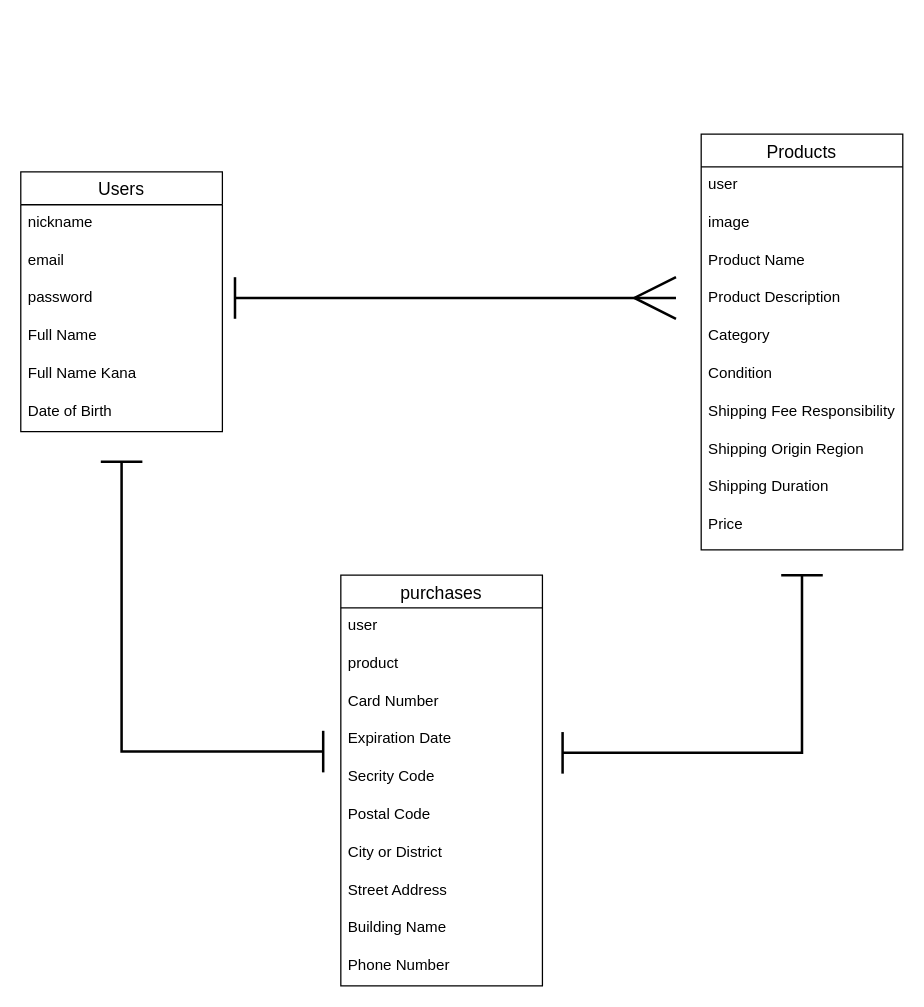
This is database.dio from x434goi8/furima-39835, a draw.io file, before an edit. Source tidied: cells renumbered, new cells numbered last; positions are measured from the earlier drawing's top-left corner, leaving out a move shared by most shapes. Both pictures are drawn from the tidied source at 126%, with x=0, y=0 at pixel (20, 134).
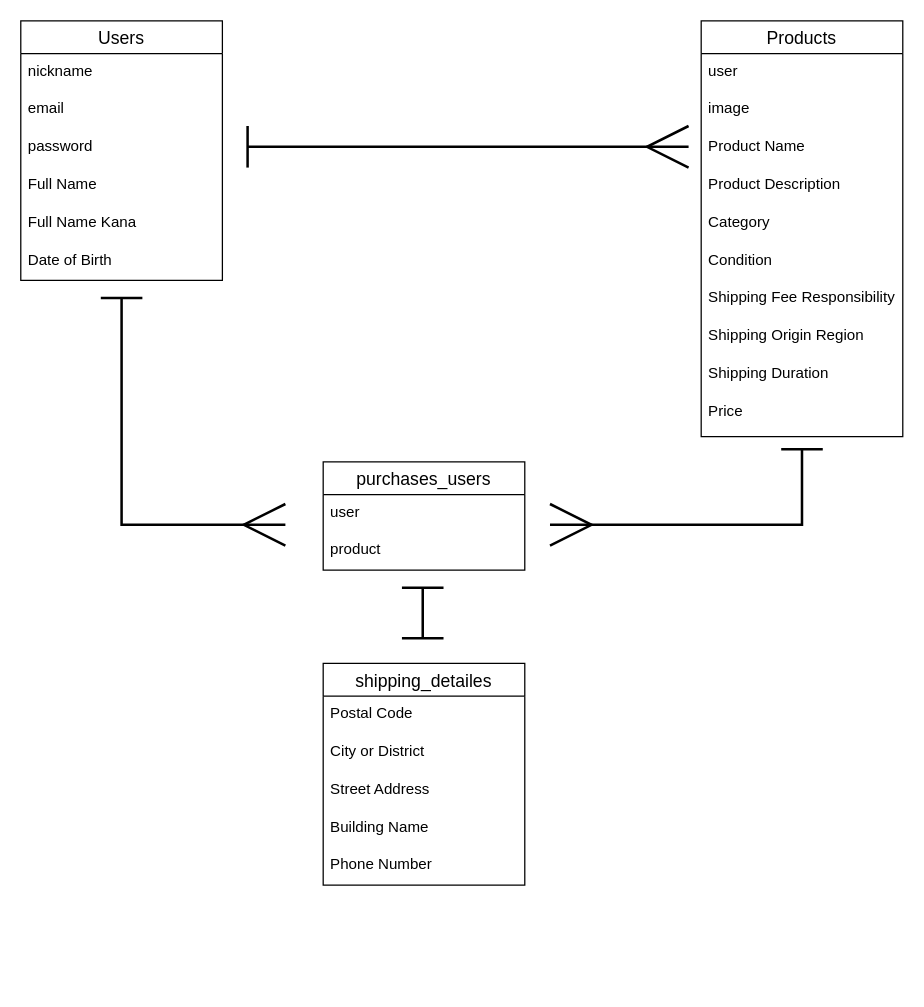
The same diagram, later.

Commit message (it also covers changes not shown here):
データベース設計の修正

What changed in the source:
```diff
@@
     <mxCell id="2" value="Users" style="swimlane;fontStyle=0;horizontal=1;startSize=26;align=center;fontSize=14;" parent="1" vertex="1">
-      <mxGeometry y="30" width="160" height="206" as="geometry" />
+      <mxGeometry y="-90" width="160" height="206" as="geometry" />
     </mxCell>
@@
     <mxCell id="9" value="Products" style="swimlane;fontStyle=0;horizontal=1;startSize=26;align=center;fontSize=14;" parent="1" vertex="1">
-      <mxGeometry x="540" width="160" height="330" as="geometry" />
+      <mxGeometry x="540" y="-90" width="160" height="330" as="geometry" />
     </mxCell>
@@
-    <mxCell id="20" value="purchases" style="swimlane;fontStyle=0;horizontal=1;startSize=26;align=center;fontSize=14;" parent="1" vertex="1">
-      <mxGeometry x="254" y="350" width="160" height="326" as="geometry" />
+    <mxCell id="20" value="shipping_detailes" style="swimlane;fontStyle=0;horizontal=1;startSize=26;align=center;fontSize=14;" parent="1" vertex="1">
+      <mxGeometry x="240" y="420" width="160" height="176" as="geometry" />
     </mxCell>
-    <mxCell id="21" value="user" style="text;strokeColor=none;fillColor=none;spacingLeft=4;spacingRight=4;overflow=hidden;fontSize=12;" parent="20" vertex="1">
-      <mxGeometry y="26" width="160" height="30" as="geometry" />
-    </mxCell>
-    <mxCell id="22" value="product" style="text;strokeColor=none;fillColor=none;spacingLeft=4;spacingRight=4;overflow=hidden;fontSize=12;" parent="20" vertex="1">
-      <mxGeometry y="56" width="160" height="30" as="geometry" />
-    </mxCell>
-    <mxCell id="23" value="Card Number" style="text;strokeColor=none;fillColor=none;spacingLeft=4;spacingRight=4;overflow=hidden;fontSize=12;" parent="20" vertex="1">
-      <mxGeometry y="86" width="160" height="30" as="geometry" />
-    </mxCell>
-    <mxCell id="24" value="Expiration Date" style="text;strokeColor=none;fillColor=none;spacingLeft=4;spacingRight=4;overflow=hidden;fontSize=12;" parent="20" vertex="1">
-      <mxGeometry y="116" width="160" height="30" as="geometry" />
-    </mxCell>
-    <mxCell id="25" value="Secrity Code" style="text;strokeColor=none;fillColor=none;spacingLeft=4;spacingRight=4;overflow=hidden;fontSize=12;" parent="20" vertex="1">
-      <mxGeometry y="146" width="160" height="30" as="geometry" />
-    </mxCell>
     <mxCell id="26" value="Postal Code" style="text;strokeColor=none;fillColor=none;spacingLeft=4;spacingRight=4;overflow=hidden;fontSize=12;" parent="20" vertex="1">
-      <mxGeometry y="176" width="160" height="30" as="geometry" />
+      <mxGeometry y="26" width="160" height="30" as="geometry" />
     </mxCell>
     <mxCell id="27" value="City or District" style="text;strokeColor=none;fillColor=none;spacingLeft=4;spacingRight=4;overflow=hidden;fontSize=12;" parent="20" vertex="1">
-      <mxGeometry y="206" width="160" height="30" as="geometry" />
+      <mxGeometry y="56" width="160" height="30" as="geometry" />
     </mxCell>
     <mxCell id="28" value="Street Address" style="text;strokeColor=none;fillColor=none;spacingLeft=4;spacingRight=4;overflow=hidden;fontSize=12;" parent="20" vertex="1">
-      <mxGeometry y="236" width="160" height="30" as="geometry" />
+      <mxGeometry y="86" width="160" height="30" as="geometry" />
     </mxCell>
     <mxCell id="29" value="Building Name" style="text;strokeColor=none;fillColor=none;spacingLeft=4;spacingRight=4;overflow=hidden;fontSize=12;" parent="20" vertex="1">
-      <mxGeometry y="266" width="160" height="30" as="geometry" />
+      <mxGeometry y="116" width="160" height="30" as="geometry" />
     </mxCell>
     <mxCell id="30" value="Phone Number" style="text;strokeColor=none;fillColor=none;spacingLeft=4;spacingRight=4;overflow=hidden;fontSize=12;" parent="20" vertex="1">
-      <mxGeometry y="296" width="160" height="30" as="geometry" />
+      <mxGeometry y="146" width="160" height="30" as="geometry" />
     </mxCell>
     <mxCell id="31" style="endArrow=ERmany;html=1;rounded=0;startArrow=baseDash;startFill=0;endFill=0;targetPerimeterSpacing=0;strokeWidth=2;endSize=30;startSize=30;" parent="1" edge="1">
       <mxGeometry relative="1" as="geometry">
-        <mxPoint x="170" y="130" as="sourcePoint" />
-        <mxPoint x="520" y="130" as="targetPoint" />
+        <mxPoint x="180" y="10" as="sourcePoint" />
+        <mxPoint x="530" y="10" as="targetPoint" />
       </mxGeometry>
     </mxCell>
-    <mxCell id="32" style="endArrow=baseDash;html=1;rounded=0;strokeWidth=2;startSize=30;endSize=30;targetPerimeterSpacing=0;edgeStyle=orthogonalEdgeStyle;startArrow=baseDash;startFill=0;endFill=0;" parent="1" edge="1">
+    <mxCell id="32" style="endArrow=ERmany;html=1;rounded=0;strokeWidth=2;startSize=30;endSize=30;targetPerimeterSpacing=0;edgeStyle=orthogonalEdgeStyle;startArrow=baseDash;startFill=0;endFill=0;" parent="1" edge="1">
       <mxGeometry relative="1" as="geometry">
-        <mxPoint x="80" y="260" as="sourcePoint" />
-        <mxPoint x="240" y="490" as="targetPoint" />
+        <mxPoint x="80" y="130" as="sourcePoint" />
+        <mxPoint x="210" y="310" as="targetPoint" />
         <Array as="points">
-          <mxPoint x="80" y="490" />
-          <mxPoint x="240" y="490" />
+          <mxPoint x="80" y="310" />
         </Array>
       </mxGeometry>
     </mxCell>
-    <mxCell id="33" style="endArrow=baseDash;html=1;rounded=0;strokeWidth=2;startSize=30;endSize=30;targetPerimeterSpacing=0;edgeStyle=orthogonalEdgeStyle;startArrow=baseDash;startFill=0;endFill=0;" parent="1" edge="1">
+    <mxCell id="33" style="endArrow=ERmany;html=1;rounded=0;strokeWidth=2;startSize=30;endSize=30;targetPerimeterSpacing=0;edgeStyle=orthogonalEdgeStyle;startArrow=baseDash;startFill=0;endFill=0;" parent="1" edge="1">
       <mxGeometry relative="1" as="geometry">
-        <mxPoint x="620" y="350" as="sourcePoint" />
-        <mxPoint x="430" y="491" as="targetPoint" />
+        <mxPoint x="620" y="250" as="sourcePoint" />
+        <mxPoint x="420" y="310" as="targetPoint" />
         <Array as="points">
-          <mxPoint x="620" y="491" />
-          <mxPoint x="440" y="491" />
+          <mxPoint x="620" y="310" />
+          <mxPoint x="530" y="310" />
         </Array>
       </mxGeometry>
     </mxCell>
+    <mxCell id="34" value="purchases_users" style="swimlane;fontStyle=0;horizontal=1;startSize=26;align=center;fontSize=14;" parent="1" vertex="1">
+      <mxGeometry x="240" y="260" width="160" height="86" as="geometry" />
+    </mxCell>
+    <mxCell id="21" value="user" style="text;strokeColor=none;fillColor=none;spacingLeft=4;spacingRight=4;overflow=hidden;fontSize=12;" parent="34" vertex="1">
+      <mxGeometry y="26" width="160" height="30" as="geometry" />
+    </mxCell>
+    <mxCell id="22" value="product" style="text;strokeColor=none;fillColor=none;spacingLeft=4;spacingRight=4;overflow=hidden;fontSize=12;" parent="34" vertex="1">
+      <mxGeometry y="56" width="160" height="30" as="geometry" />
+    </mxCell>
+    <mxCell id="35" style="endArrow=baseDash;html=1;rounded=0;strokeWidth=2;startSize=30;endSize=30;targetPerimeterSpacing=0;startArrow=baseDash;startFill=0;endFill=0;" parent="1" edge="1">
+      <mxGeometry relative="1" as="geometry">
+        <mxPoint x="319" y="360" as="sourcePoint" />
+        <mxPoint x="319" y="400" as="targetPoint" />
+      </mxGeometry>
+    </mxCell>
```
